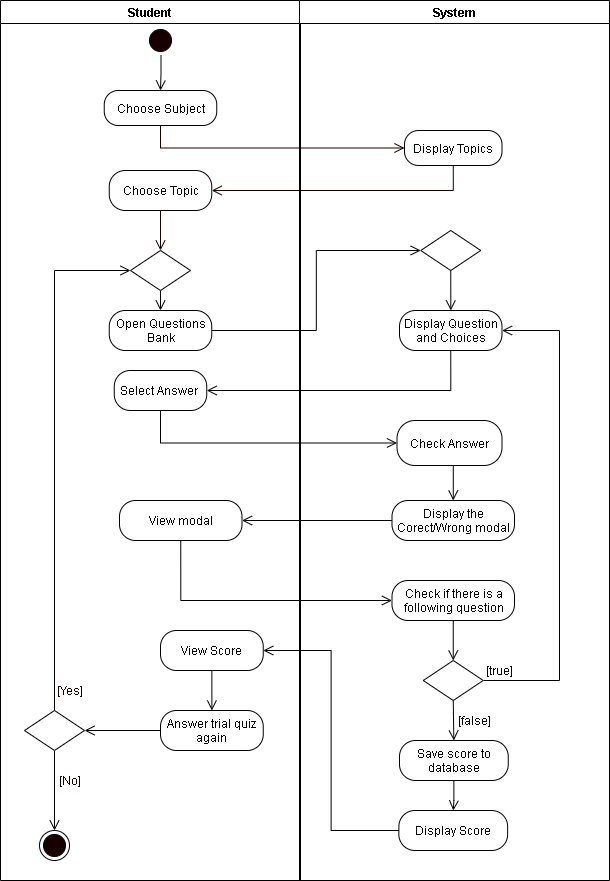
Earlier version of the draw.io export REVISIONS/UML-DIAGRAMS/7-04-2021/ACTIVITY DIAGRAM/24-Take Trial Quiz.png (mrklglsn/CAPSTONE-FILES). Source tidied: cells renumbered, new cells last; positions are measured from the earlier drawing's top-left corner, leaving out a move shared by most shapes. The source it was exported from:
```xml
<mxGraphModel>
  <root>
    <mxCell id="0" />
    <mxCell id="1" parent="0" />
    <mxCell id="2" value="Student" style="swimlane;startSize=23;" parent="1" vertex="1">
      <mxGeometry width="300" height="880" as="geometry" />
    </mxCell>
    <mxCell id="3" style="ellipse;html=1;shape=startState;fillColor=#190000;" parent="2" vertex="1">
      <mxGeometry x="145" y="25" width="30" height="30" as="geometry" />
    </mxCell>
    <mxCell id="4" style="edgeStyle=orthogonalEdgeStyle;html=1;verticalAlign=bottom;endArrow=open;endSize=8;entryX=0.5;entryY=0;entryDx=0;entryDy=0;rounded=0;" parent="2" edge="1" target="5">
      <mxGeometry relative="1" as="geometry">
        <mxPoint x="160.5" y="55" as="sourcePoint" />
      </mxGeometry>
    </mxCell>
    <mxCell id="5" value="Choose Subject" style="rounded=1;whiteSpace=wrap;html=1;arcSize=40;" parent="2" vertex="1">
      <mxGeometry x="103.8" y="90" width="112.5" height="35" as="geometry" />
    </mxCell>
    <mxCell id="6" style="edgeStyle=orthogonalEdgeStyle;rounded=0;jettySize=auto;html=1;exitX=0.5;exitY=1;exitDx=0;exitDy=0;fontColor=#FFFFFF;endArrow=open;endFill=0;endSize=8;strokeColor=#190000;" parent="2" edge="1" source="7">
      <mxGeometry relative="1" as="geometry">
        <mxPoint x="160" y="250" as="targetPoint" />
      </mxGeometry>
    </mxCell>
    <mxCell id="7" value="Choose Topic" style="rounded=1;whiteSpace=wrap;html=1;arcSize=40;" parent="2" vertex="1">
      <mxGeometry x="108.8" y="170" width="102.5" height="40" as="geometry" />
    </mxCell>
    <mxCell id="8" value="Open Questions Bank" style="rounded=1;whiteSpace=wrap;html=1;arcSize=40;" parent="2" vertex="1">
      <mxGeometry x="108.8" y="310" width="102.5" height="40" as="geometry" />
    </mxCell>
    <mxCell id="9" value="Select Answer&amp;nbsp;" style="rounded=1;whiteSpace=wrap;html=1;arcSize=40;" parent="2" vertex="1">
      <mxGeometry x="113.8" y="370" width="92.5" height="40" as="geometry" />
    </mxCell>
    <mxCell id="10" style="edgeStyle=orthogonalEdgeStyle;rounded=0;jettySize=auto;html=1;exitX=0.5;exitY=1;exitDx=0;exitDy=0;entryX=0.5;entryY=0;entryDx=0;entryDy=0;endArrow=open;endFill=0;endSize=8;" parent="2" edge="1" source="11" target="8">
      <mxGeometry relative="1" as="geometry" />
    </mxCell>
    <mxCell id="11" style="rhombus;whiteSpace=wrap;html=1;" parent="2" vertex="1">
      <mxGeometry x="130" y="250" width="60" height="40" as="geometry" />
    </mxCell>
    <mxCell id="12" style="edgeStyle=orthogonalEdgeStyle;rounded=0;jettySize=auto;html=1;exitX=0.5;exitY=1;exitDx=0;exitDy=0;entryX=0.5;entryY=0;entryDx=0;entryDy=0;endArrow=open;endFill=0;endSize=8;" parent="2" edge="1" source="13" target="16">
      <mxGeometry relative="1" as="geometry" />
    </mxCell>
    <mxCell id="13" style="rhombus;whiteSpace=wrap;html=1;" parent="2" vertex="1">
      <mxGeometry x="24" y="710" width="60" height="40" as="geometry" />
    </mxCell>
    <mxCell id="14" style="edgeStyle=orthogonalEdgeStyle;rounded=0;jumpStyle=arc;jumpSize=14;jettySize=auto;html=1;exitX=0.5;exitY=0;exitDx=0;exitDy=0;entryX=0;entryY=0.5;entryDx=0;entryDy=0;endArrow=open;endFill=0;startSize=9;endSize=8;" parent="2" edge="1" source="13" target="11">
      <mxGeometry relative="1" as="geometry" />
    </mxCell>
    <mxCell id="15" value="&lt;font color=&quot;#190000&quot;&gt;[Yes]&lt;/font&gt;" style="text;html=1;align=center;verticalAlign=middle;strokeColor=none;fontColor=#FFFFFF;" parent="2" vertex="1">
      <mxGeometry x="48.8" y="680" width="40" height="20" as="geometry" />
    </mxCell>
    <mxCell id="16" style="ellipse;html=1;shape=endState;fillColor=#190000;" parent="2" vertex="1">
      <mxGeometry x="39" y="830" width="30" height="30" as="geometry" />
    </mxCell>
    <mxCell id="17" value="&lt;font color=&quot;#190000&quot;&gt;[No]&lt;/font&gt;" style="text;html=1;align=center;verticalAlign=middle;strokeColor=none;fontColor=#FFFFFF;" parent="2" vertex="1">
      <mxGeometry x="48.8" y="770" width="40" height="20" as="geometry" />
    </mxCell>
    <mxCell id="18" style="edgeStyle=orthogonalEdgeStyle;rounded=0;jettySize=auto;html=1;exitX=0;exitY=0.5;exitDx=0;exitDy=0;entryX=1;entryY=0.5;entryDx=0;entryDy=0;endArrow=open;endFill=0;endSize=8;" parent="2" edge="1" source="21" target="13">
      <mxGeometry relative="1" as="geometry" />
    </mxCell>
    <mxCell id="19" style="edgeStyle=orthogonalEdgeStyle;rounded=0;jettySize=auto;html=1;exitX=0.5;exitY=1;exitDx=0;exitDy=0;entryX=0.5;entryY=0;entryDx=0;entryDy=0;endArrow=open;endFill=0;endSize=8;" parent="2" edge="1" source="20" target="21">
      <mxGeometry relative="1" as="geometry" />
    </mxCell>
    <mxCell id="20" value="View Score" style="rounded=1;whiteSpace=wrap;html=1;arcSize=40;" parent="2" vertex="1">
      <mxGeometry x="160" y="630" width="102.8" height="40" as="geometry" />
    </mxCell>
    <mxCell id="21" value="Answer trial quiz again" style="rounded=1;whiteSpace=wrap;html=1;arcSize=40;" parent="2" vertex="1">
      <mxGeometry x="160" y="710" width="102.8" height="40" as="geometry" />
    </mxCell>
    <mxCell id="22" value="View modal" style="rounded=1;whiteSpace=wrap;html=1;arcSize=40;" parent="2" vertex="1">
      <mxGeometry x="119" y="500" width="122.5" height="40" as="geometry" />
    </mxCell>
    <mxCell id="23" value="System" style="swimlane;" parent="1" vertex="1">
      <mxGeometry x="299" width="310" height="880" as="geometry" />
    </mxCell>
    <mxCell id="24" value="Display Topics" style="rounded=1;whiteSpace=wrap;html=1;arcSize=40;" parent="23" vertex="1">
      <mxGeometry x="105" y="130" width="97.5" height="35" as="geometry" />
    </mxCell>
    <mxCell id="25" value="Display the Corect/Wrong modal" style="rounded=1;whiteSpace=wrap;html=1;arcSize=40;" parent="23" vertex="1">
      <mxGeometry x="92.5" y="500" width="122.5" height="40" as="geometry" />
    </mxCell>
    <mxCell id="26" value="Display Score" style="rounded=1;whiteSpace=wrap;html=1;arcSize=40;" parent="23" vertex="1">
      <mxGeometry x="99.4" y="810" width="108.8" height="40" as="geometry" />
    </mxCell>
    <mxCell id="27" value="Display Question and Choices" style="rounded=1;whiteSpace=wrap;html=1;arcSize=40;" parent="23" vertex="1">
      <mxGeometry x="100" y="310" width="102.5" height="40" as="geometry" />
    </mxCell>
    <mxCell id="28" style="edgeStyle=orthogonalEdgeStyle;rounded=0;jumpStyle=arc;jumpSize=14;jettySize=auto;html=1;exitX=0.5;exitY=1;exitDx=0;exitDy=0;endArrow=open;endFill=0;startSize=9;endSize=8;" parent="23" edge="1" source="29" target="27">
      <mxGeometry relative="1" as="geometry" />
    </mxCell>
    <mxCell id="29" style="rhombus;whiteSpace=wrap;html=1;" parent="23" vertex="1">
      <mxGeometry x="121.2" y="230" width="60" height="40" as="geometry" />
    </mxCell>
    <mxCell id="30" style="edgeStyle=orthogonalEdgeStyle;rounded=0;jettySize=auto;html=1;exitX=0.5;exitY=1;exitDx=0;exitDy=0;entryX=0.5;entryY=0;entryDx=0;entryDy=0;endArrow=open;endFill=0;endSize=8;" parent="23" edge="1" source="31" target="25">
      <mxGeometry relative="1" as="geometry" />
    </mxCell>
    <mxCell id="31" value="Check Answer" style="rounded=1;whiteSpace=wrap;html=1;arcSize=40;" parent="23" vertex="1">
      <mxGeometry x="97.5" y="420" width="105" height="45" as="geometry" />
    </mxCell>
    <mxCell id="32" style="edgeStyle=orthogonalEdgeStyle;rounded=0;jettySize=auto;html=1;exitX=0.5;exitY=1;exitDx=0;exitDy=0;endArrow=open;endFill=0;endSize=8;" parent="23" edge="1" source="33" target="26">
      <mxGeometry relative="1" as="geometry" />
    </mxCell>
    <mxCell id="33" value="Save score to database" style="rounded=1;whiteSpace=wrap;html=1;arcSize=40;" parent="23" vertex="1">
      <mxGeometry x="100" y="740" width="108.8" height="40" as="geometry" />
    </mxCell>
    <mxCell id="34" style="edgeStyle=orthogonalEdgeStyle;rounded=0;jettySize=auto;html=1;exitX=1;exitY=0.5;exitDx=0;exitDy=0;entryX=1;entryY=0.5;entryDx=0;entryDy=0;endArrow=open;endFill=0;endSize=8;" parent="23" edge="1" source="35" target="27">
      <mxGeometry relative="1" as="geometry">
        <Array as="points">
          <mxPoint x="260" y="680" />
          <mxPoint x="260" y="330" />
        </Array>
      </mxGeometry>
    </mxCell>
    <mxCell id="35" style="rhombus;whiteSpace=wrap;html=1;" parent="23" vertex="1">
      <mxGeometry x="123.8" y="660" width="60" height="40" as="geometry" />
    </mxCell>
    <mxCell id="36" style="edgeStyle=orthogonalEdgeStyle;rounded=0;jettySize=auto;html=1;exitX=0.5;exitY=1;exitDx=0;exitDy=0;entryX=0.5;entryY=0;entryDx=0;entryDy=0;endArrow=open;endFill=0;endSize=8;" parent="23" edge="1" source="37" target="35">
      <mxGeometry relative="1" as="geometry" />
    </mxCell>
    <mxCell id="37" value="Check if there is a following question" style="rounded=1;whiteSpace=wrap;html=1;arcSize=40;" parent="23" vertex="1">
      <mxGeometry x="92.5" y="580" width="122.5" height="40" as="geometry" />
    </mxCell>
    <mxCell id="38" style="edgeStyle=orthogonalEdgeStyle;rounded=0;jumpStyle=arc;jumpSize=14;jettySize=auto;html=1;exitX=0.5;exitY=1;exitDx=0;exitDy=0;endArrow=open;endFill=0;startSize=9;endSize=8;entryX=0.5;entryY=0;entryDx=0;entryDy=0;" parent="23" edge="1" source="35" target="33">
      <mxGeometry relative="1" as="geometry" />
    </mxCell>
    <mxCell id="39" value="[false]" style="text;html=1;align=center;verticalAlign=middle;strokeColor=none;" parent="23" vertex="1">
      <mxGeometry x="150" y="710" width="50" height="20" as="geometry" />
    </mxCell>
    <mxCell id="40" style="edgeStyle=orthogonalEdgeStyle;rounded=0;jettySize=auto;html=1;exitX=0.5;exitY=1;exitDx=0;exitDy=0;entryX=0;entryY=0.5;entryDx=0;entryDy=0;fontColor=#FFFFFF;endArrow=open;endFill=0;endSize=8;strokeColor=#190000;" parent="1" edge="1" source="5" target="24">
      <mxGeometry relative="1" as="geometry" />
    </mxCell>
    <mxCell id="41" style="edgeStyle=orthogonalEdgeStyle;rounded=0;jettySize=auto;html=1;exitX=0.5;exitY=1;exitDx=0;exitDy=0;entryX=1;entryY=0.5;entryDx=0;entryDy=0;fontColor=#FFFFFF;endArrow=open;endFill=0;endSize=8;strokeColor=#190000;" parent="1" edge="1" source="24" target="7">
      <mxGeometry relative="1" as="geometry" />
    </mxCell>
    <mxCell id="42" style="edgeStyle=orthogonalEdgeStyle;rounded=0;jettySize=auto;html=1;exitX=0.5;exitY=1;exitDx=0;exitDy=0;entryX=1;entryY=0.5;entryDx=0;entryDy=0;endArrow=open;endFill=0;endSize=8;" parent="1" edge="1" source="27" target="9">
      <mxGeometry relative="1" as="geometry" />
    </mxCell>
    <mxCell id="43" style="edgeStyle=orthogonalEdgeStyle;rounded=0;jettySize=auto;html=1;exitX=1;exitY=0.5;exitDx=0;exitDy=0;endArrow=open;endFill=0;endSize=8;entryX=0;entryY=0.5;entryDx=0;entryDy=0;" parent="1" edge="1" source="8" target="29">
      <mxGeometry relative="1" as="geometry" />
    </mxCell>
    <mxCell id="44" style="edgeStyle=orthogonalEdgeStyle;rounded=0;jettySize=auto;html=1;exitX=0.5;exitY=1;exitDx=0;exitDy=0;entryX=0;entryY=0.5;entryDx=0;entryDy=0;endArrow=open;endFill=0;endSize=8;" parent="1" edge="1" source="9" target="31">
      <mxGeometry relative="1" as="geometry" />
    </mxCell>
    <mxCell id="45" style="edgeStyle=orthogonalEdgeStyle;rounded=0;jettySize=auto;html=1;exitX=0;exitY=0.5;exitDx=0;exitDy=0;endArrow=open;endFill=0;endSize=8;entryX=1;entryY=0.5;entryDx=0;entryDy=0;" parent="1" edge="1" source="26" target="20">
      <mxGeometry relative="1" as="geometry" />
    </mxCell>
    <mxCell id="46" value="[true]" style="text;html=1;align=center;verticalAlign=middle;strokeColor=none;" parent="1" vertex="1">
      <mxGeometry x="479" y="660" width="40" height="20" as="geometry" />
    </mxCell>
    <mxCell id="47" style="edgeStyle=orthogonalEdgeStyle;rounded=0;jettySize=auto;html=1;exitX=0;exitY=0.5;exitDx=0;exitDy=0;entryX=1;entryY=0.5;entryDx=0;entryDy=0;endArrow=open;endFill=0;endSize=8;" parent="1" edge="1" source="25" target="22">
      <mxGeometry relative="1" as="geometry" />
    </mxCell>
    <mxCell id="48" style="edgeStyle=orthogonalEdgeStyle;rounded=0;jettySize=auto;html=1;exitX=0.5;exitY=1;exitDx=0;exitDy=0;entryX=0;entryY=0.5;entryDx=0;entryDy=0;endArrow=open;endFill=0;endSize=8;" parent="1" edge="1" source="22" target="37">
      <mxGeometry relative="1" as="geometry" />
    </mxCell>
  </root>
</mxGraphModel>
```
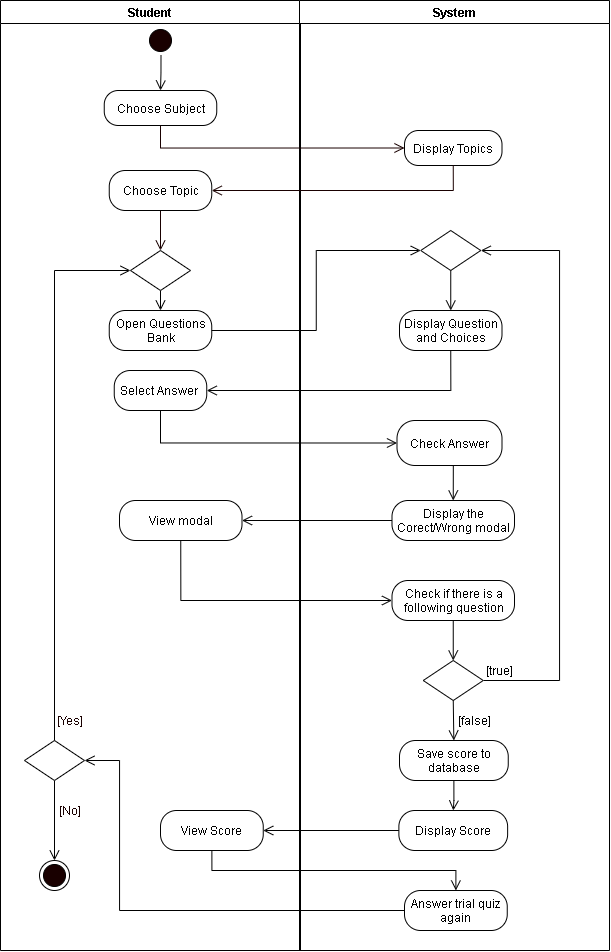
After the commit.

What changed in the source:
```diff
@@ -3,7 +3,7 @@
     <mxCell id="0" />
     <mxCell id="1" parent="0" />
     <mxCell id="2" value="Student" style="swimlane;startSize=23;" parent="1" vertex="1">
-      <mxGeometry width="300" height="880" as="geometry" />
+      <mxGeometry width="300" height="950" as="geometry" />
     </mxCell>
     <mxCell id="3" style="ellipse;html=1;shape=startState;fillColor=#190000;" parent="2" vertex="1">
       <mxGeometry x="145" y="25" width="30" height="30" as="geometry" />
@@ -40,37 +40,28 @@
       <mxGeometry relative="1" as="geometry" />
     </mxCell>
     <mxCell id="13" style="rhombus;whiteSpace=wrap;html=1;" parent="2" vertex="1">
-      <mxGeometry x="24" y="710" width="60" height="40" as="geometry" />
+      <mxGeometry x="24" y="740" width="60" height="40" as="geometry" />
     </mxCell>
     <mxCell id="14" style="edgeStyle=orthogonalEdgeStyle;rounded=0;jumpStyle=arc;jumpSize=14;jettySize=auto;html=1;exitX=0.5;exitY=0;exitDx=0;exitDy=0;entryX=0;entryY=0.5;entryDx=0;entryDy=0;endArrow=open;endFill=0;startSize=9;endSize=8;" parent="2" edge="1" source="13" target="11">
       <mxGeometry relative="1" as="geometry" />
     </mxCell>
     <mxCell id="15" value="&lt;font color=&quot;#190000&quot;&gt;[Yes]&lt;/font&gt;" style="text;html=1;align=center;verticalAlign=middle;strokeColor=none;fontColor=#FFFFFF;" parent="2" vertex="1">
-      <mxGeometry x="48.8" y="680" width="40" height="20" as="geometry" />
+      <mxGeometry x="48.8" y="710" width="40" height="20" as="geometry" />
     </mxCell>
     <mxCell id="16" style="ellipse;html=1;shape=endState;fillColor=#190000;" parent="2" vertex="1">
-      <mxGeometry x="39" y="830" width="30" height="30" as="geometry" />
+      <mxGeometry x="39" y="860" width="30" height="30" as="geometry" />
     </mxCell>
     <mxCell id="17" value="&lt;font color=&quot;#190000&quot;&gt;[No]&lt;/font&gt;" style="text;html=1;align=center;verticalAlign=middle;strokeColor=none;fontColor=#FFFFFF;" parent="2" vertex="1">
-      <mxGeometry x="48.8" y="770" width="40" height="20" as="geometry" />
+      <mxGeometry x="48.8" y="800" width="40" height="20" as="geometry" />
     </mxCell>
-    <mxCell id="18" style="edgeStyle=orthogonalEdgeStyle;rounded=0;jettySize=auto;html=1;exitX=0;exitY=0.5;exitDx=0;exitDy=0;entryX=1;entryY=0.5;entryDx=0;entryDy=0;endArrow=open;endFill=0;endSize=8;" parent="2" edge="1" source="21" target="13">
-      <mxGeometry relative="1" as="geometry" />
-    </mxCell>
-    <mxCell id="19" style="edgeStyle=orthogonalEdgeStyle;rounded=0;jettySize=auto;html=1;exitX=0.5;exitY=1;exitDx=0;exitDy=0;entryX=0.5;entryY=0;entryDx=0;entryDy=0;endArrow=open;endFill=0;endSize=8;" parent="2" edge="1" source="20" target="21">
-      <mxGeometry relative="1" as="geometry" />
-    </mxCell>
     <mxCell id="20" value="View Score" style="rounded=1;whiteSpace=wrap;html=1;arcSize=40;" parent="2" vertex="1">
-      <mxGeometry x="160" y="630" width="102.8" height="40" as="geometry" />
+      <mxGeometry x="160" y="810" width="102.8" height="40" as="geometry" />
     </mxCell>
-    <mxCell id="21" value="Answer trial quiz again" style="rounded=1;whiteSpace=wrap;html=1;arcSize=40;" parent="2" vertex="1">
-      <mxGeometry x="160" y="710" width="102.8" height="40" as="geometry" />
-    </mxCell>
     <mxCell id="22" value="View modal" style="rounded=1;whiteSpace=wrap;html=1;arcSize=40;" parent="2" vertex="1">
       <mxGeometry x="119" y="500" width="122.5" height="40" as="geometry" />
     </mxCell>
     <mxCell id="23" value="System" style="swimlane;" parent="1" vertex="1">
-      <mxGeometry x="299" width="310" height="880" as="geometry" />
+      <mxGeometry x="299" width="310" height="950" as="geometry" />
     </mxCell>
     <mxCell id="24" value="Display Topics" style="rounded=1;whiteSpace=wrap;html=1;arcSize=40;" parent="23" vertex="1">
       <mxGeometry x="105" y="130" width="97.5" height="35" as="geometry" />
@@ -102,11 +93,11 @@
     <mxCell id="33" value="Save score to database" style="rounded=1;whiteSpace=wrap;html=1;arcSize=40;" parent="23" vertex="1">
       <mxGeometry x="100" y="740" width="108.8" height="40" as="geometry" />
     </mxCell>
-    <mxCell id="34" style="edgeStyle=orthogonalEdgeStyle;rounded=0;jettySize=auto;html=1;exitX=1;exitY=0.5;exitDx=0;exitDy=0;entryX=1;entryY=0.5;entryDx=0;entryDy=0;endArrow=open;endFill=0;endSize=8;" parent="23" edge="1" source="35" target="27">
+    <mxCell id="34" style="edgeStyle=orthogonalEdgeStyle;rounded=0;jettySize=auto;html=1;exitX=1;exitY=0.5;exitDx=0;exitDy=0;entryX=1;entryY=0.5;entryDx=0;entryDy=0;endArrow=open;endFill=0;endSize=8;" parent="23" edge="1" source="35" target="29">
       <mxGeometry relative="1" as="geometry">
         <Array as="points">
           <mxPoint x="260" y="680" />
-          <mxPoint x="260" y="330" />
+          <mxPoint x="260" y="250" />
         </Array>
       </mxGeometry>
     </mxCell>
@@ -125,6 +116,9 @@
     <mxCell id="39" value="[false]" style="text;html=1;align=center;verticalAlign=middle;strokeColor=none;" parent="23" vertex="1">
       <mxGeometry x="150" y="710" width="50" height="20" as="geometry" />
     </mxCell>
+    <mxCell id="21" value="Answer trial quiz again" style="rounded=1;whiteSpace=wrap;html=1;arcSize=40;" parent="23" vertex="1">
+      <mxGeometry x="105" y="890" width="102.8" height="40" as="geometry" />
+    </mxCell>
     <mxCell id="40" style="edgeStyle=orthogonalEdgeStyle;rounded=0;jettySize=auto;html=1;exitX=0.5;exitY=1;exitDx=0;exitDy=0;entryX=0;entryY=0.5;entryDx=0;entryDy=0;fontColor=#FFFFFF;endArrow=open;endFill=0;endSize=8;strokeColor=#190000;" parent="1" edge="1" source="5" target="24">
       <mxGeometry relative="1" as="geometry" />
     </mxCell>
@@ -152,5 +146,16 @@
     <mxCell id="48" style="edgeStyle=orthogonalEdgeStyle;rounded=0;jettySize=auto;html=1;exitX=0.5;exitY=1;exitDx=0;exitDy=0;entryX=0;entryY=0.5;entryDx=0;entryDy=0;endArrow=open;endFill=0;endSize=8;" parent="1" edge="1" source="22" target="37">
       <mxGeometry relative="1" as="geometry" />
     </mxCell>
+    <mxCell id="18" style="edgeStyle=orthogonalEdgeStyle;rounded=0;jettySize=auto;html=1;exitX=0;exitY=0.5;exitDx=0;exitDy=0;entryX=1;entryY=0.5;entryDx=0;entryDy=0;endArrow=open;endFill=0;endSize=8;" parent="1" edge="1" source="21" target="13">
+      <mxGeometry relative="1" as="geometry">
+        <Array as="points">
+          <mxPoint x="119" y="910" />
+          <mxPoint x="119" y="760" />
+        </Array>
+      </mxGeometry>
+    </mxCell>
+    <mxCell id="19" style="edgeStyle=orthogonalEdgeStyle;rounded=0;jettySize=auto;html=1;exitX=0.5;exitY=1;exitDx=0;exitDy=0;entryX=0.5;entryY=0;entryDx=0;entryDy=0;endArrow=open;endFill=0;endSize=8;" parent="1" edge="1" source="20" target="21">
+      <mxGeometry relative="1" as="geometry" />
+    </mxCell>
   </root>
 </mxGraphModel>
```
